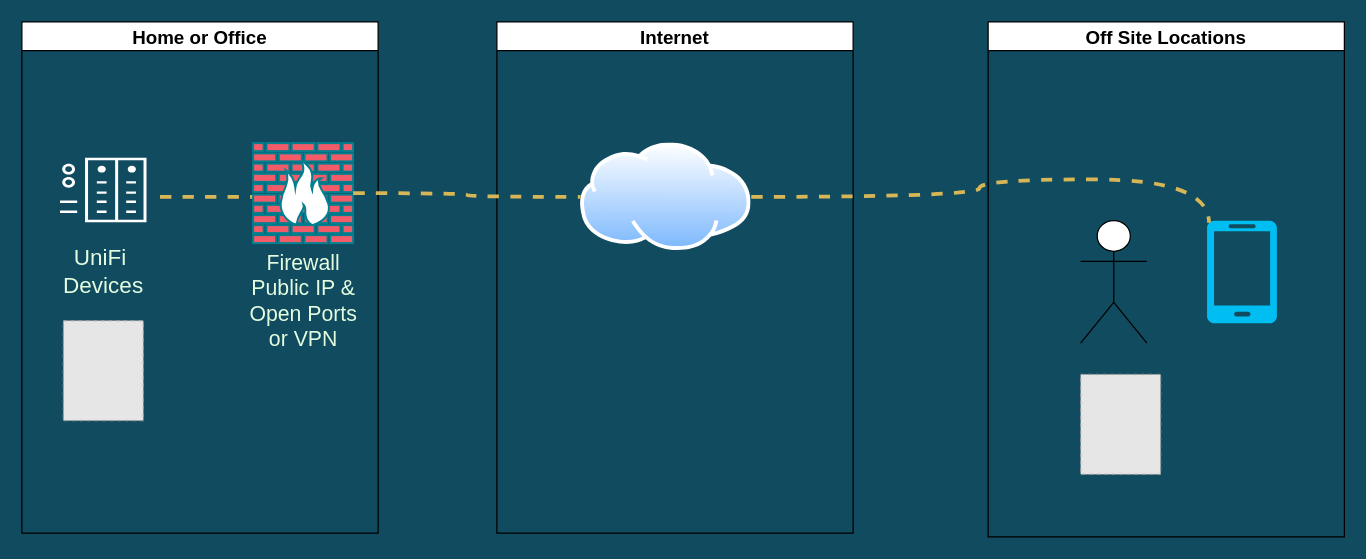
lawrencesystems/Draw_IO_Diagrams keeps this draw.io diagram as page "VPN or Ports" (1 of 3) of Cloud_Security_Dec_2023.drawio. Above is the earlier version. Source tidied: cells renumbered, new cells numbered last; positions are measured from the earlier drawing's top-left corner, leaving out a move shared by most shapes. Both pictures are drawn from the tidied source at 125%, with x=0, y=0 at pixel (21, 21). Pictures stored in the file or linked from it are replaced by grey dashed boxes.
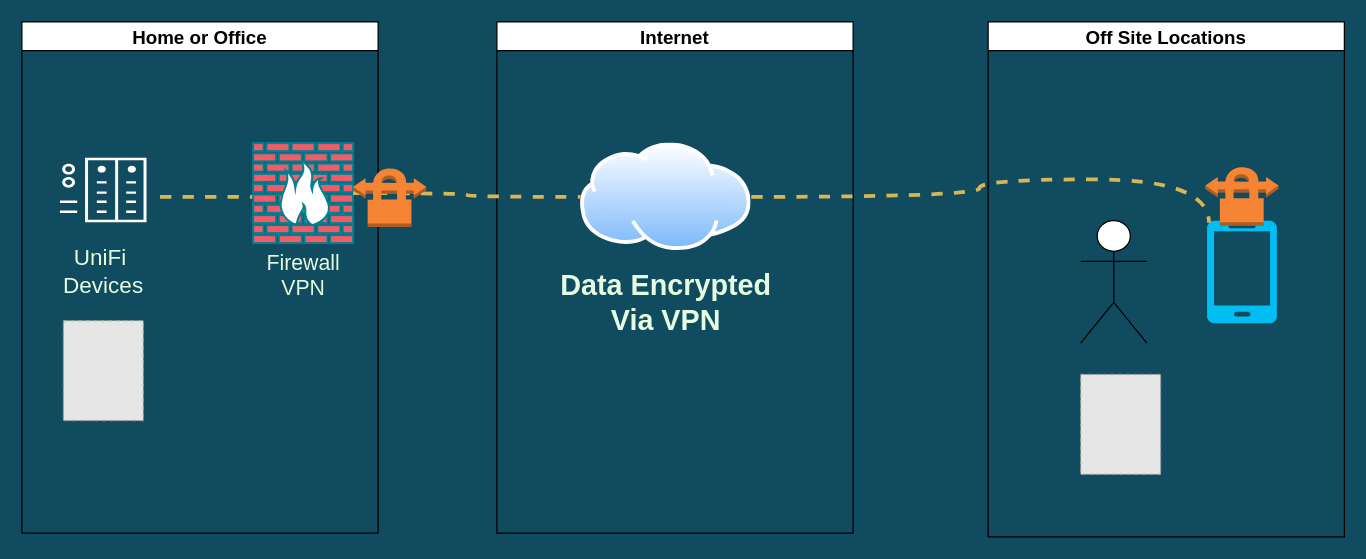
The same page after the edit.

The change refers to these unchanged cells:
```xml
<mxCell id="3" value="&lt;font style=&quot;font-size: 15px;&quot;&gt;Home or Office&lt;/font&gt;" style="swimlane;whiteSpace=wrap;html=1;fontFamily=Helvetica;fontSize=11;fontColor=default;labelBackgroundColor=none;" parent="1" vertex="1">
  <mxGeometry width="285" height="409" as="geometry" />
</mxCell>
<mxCell id="9" value="&lt;font style=&quot;font-size: 15px;&quot;&gt;Off Site Locations&lt;/font&gt;" style="swimlane;whiteSpace=wrap;html=1;fontFamily=Helvetica;fontSize=11;fontColor=default;labelBackgroundColor=none;" parent="1" vertex="1">
  <mxGeometry x="773" width="285" height="412" as="geometry" />
</mxCell>
<mxCell id="13" value="&lt;font style=&quot;font-size: 15px;&quot;&gt;Internet&lt;/font&gt;" style="swimlane;whiteSpace=wrap;html=1;fontFamily=Helvetica;fontSize=11;fontColor=default;labelBackgroundColor=none;" parent="1" vertex="1">
  <mxGeometry x="380" width="285" height="409" as="geometry" />
</mxCell>
```

What changed in the source:
```diff
@@
-    <mxCell id="6" value="&lt;font style=&quot;font-size: 17px&quot;&gt;Firewall&lt;br&gt;Public IP &amp;amp;&lt;br&gt;Open&amp;nbsp;Ports&lt;br&gt;or VPN&lt;br&gt;&lt;/font&gt;" style="fontColor=#E4FDE1;verticalAlign=top;verticalLabelPosition=bottom;labelPosition=center;align=center;html=1;outlineConnect=0;fillColor=#F45B69;strokeColor=#028090;gradientDirection=north;strokeWidth=2;shape=mxgraph.networks.firewall;" parent="3" vertex="1">
+    <mxCell id="6" value="&lt;font style=&quot;font-size: 17px&quot;&gt;Firewall&lt;br&gt;VPN&lt;br&gt;&lt;/font&gt;" style="fontColor=#E4FDE1;verticalAlign=top;verticalLabelPosition=bottom;labelPosition=center;align=center;html=1;outlineConnect=0;fillColor=#F45B69;strokeColor=#028090;gradientDirection=north;strokeWidth=2;shape=mxgraph.networks.firewall;" parent="3" vertex="1">
       <mxGeometry x="185" y="97" width="80" height="80" as="geometry" />
     </mxCell>
@@
-    <mxCell id="8" style="edgeStyle=orthogonalEdgeStyle;rounded=1;orthogonalLoop=1;jettySize=auto;html=1;strokeColor=none;strokeWidth=3;labelBackgroundColor=#114B5F;fontColor=#E4FDE1;" parent="1" edge="1">
+    <mxCell id="8" style="edgeStyle=orthogonalEdgeStyle;rounded=1;jettySize=auto;html=1;strokeColor=none;strokeWidth=3;labelBackgroundColor=#114B5F;fontColor=#E4FDE1;" parent="1" edge="1" source="20">
       <mxGeometry relative="1" as="geometry">
-        <mxPoint x="116" y="145" as="sourcePoint" />
         <mxPoint x="540" y="210" as="targetPoint" />
       </mxGeometry>
     </mxCell>
@@
+    <mxCell id="17" style="dashed=0;verticalLabelPosition=bottom;verticalAlign=top;align=center;html=1;shape=mxgraph.aws3.vpn_connection;fillColor=#F58534;gradientColor=none;fontFamily=Helvetica;fontSize=11;fontColor=#E4FDE1;" parent="9" vertex="1">
+      <mxGeometry x="173.8" y="115" width="58.5" height="48" as="geometry" />
+    </mxCell>
@@
+    <mxCell id="18" value="Data Encrypted&lt;br&gt;Via VPN" style="text;html=1;strokeColor=none;fillColor=none;align=center;verticalAlign=middle;whiteSpace=wrap;rounded=0;fontSize=23;fontFamily=Helvetica;fontColor=#E4FDE1;fontStyle=1;" parent="13" vertex="1">
+      <mxGeometry x="14.8" y="164" width="241" height="122" as="geometry" />
+    </mxCell>
@@
+    <mxCell id="19" style="edgeStyle=orthogonalEdgeStyle;rounded=1;jettySize=auto;html=1;strokeColor=none;strokeWidth=3;labelBackgroundColor=#114B5F;fontColor=#E4FDE1;" parent="1" edge="1" target="20">
+      <mxGeometry relative="1" as="geometry">
+        <mxPoint x="116" y="145" as="sourcePoint" />
+      </mxGeometry>
+    </mxCell>
+    <mxCell id="20" style="outlineConnect=0;dashed=0;verticalLabelPosition=bottom;verticalAlign=top;align=center;html=1;shape=mxgraph.aws3.vpn_connection;fillColor=#F58534;gradientColor=none;fontFamily=Helvetica;fontSize=11;fontColor=#E4FDE1;" parent="1" vertex="1">
+      <mxGeometry x="265" y="116" width="58.5" height="48" as="geometry" />
+    </mxCell>
```
